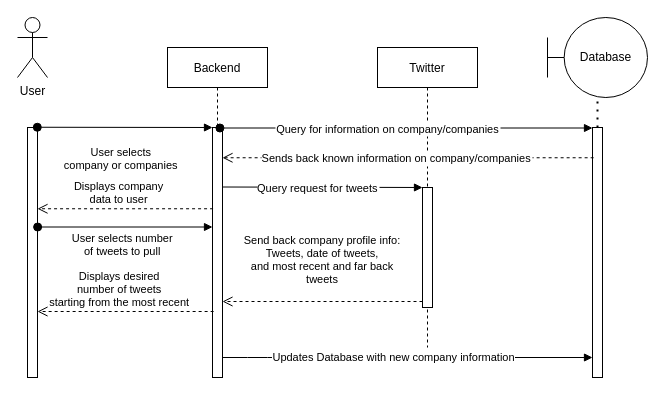
The draw.io diagram uml/MovingTweetsIntoDB.drawio in agarcia169/4306-Donaldson-Project, before the edit. Source tidied: cells renumbered, new cells numbered last; positions are measured from the earlier drawing's top-left corner, leaving out a move shared by most shapes. Both pictures are drawn from the tidied source at 100%, with x=0, y=0 at pixel (17, 17).
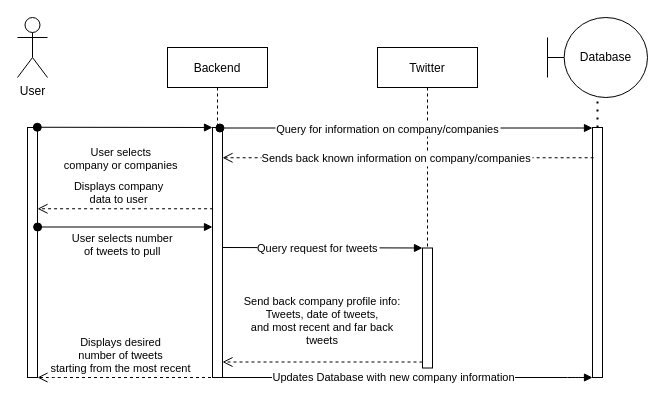
The same page after the edit.

The change refers to these unchanged cells:
```xml
<mxCell id="2" value="Backend" style="shape=umlLifeline;perimeter=lifelinePerimeter;rounded=0;shadow=0;strokeWidth=1;" parent="1" vertex="1">
  <mxGeometry x="150" y="30" width="100" height="330" as="geometry" />
</mxCell>
<mxCell id="3" style="points=[];perimeter=orthogonalPerimeter;rounded=0;shadow=0;strokeWidth=1;" parent="2" vertex="1">
  <mxGeometry x="45" y="80" width="10" height="250" as="geometry" />
</mxCell>
<mxCell id="4" value="Twitter" style="shape=umlLifeline;perimeter=lifelinePerimeter;rounded=0;shadow=0;strokeWidth=1;" parent="1" vertex="1">
  <mxGeometry x="360" y="30" width="100" height="300" as="geometry" />
</mxCell>
<mxCell id="10" style="html=1;points=[];perimeter=orthogonalPerimeter;" parent="1" vertex="1">
  <mxGeometry x="575" y="110" width="10" height="250" as="geometry" />
</mxCell>
<mxCell id="14" style="html=1;points=[];perimeter=orthogonalPerimeter;" parent="1" vertex="1">
  <mxGeometry x="10" y="110" width="10" height="250" as="geometry" />
</mxCell>
```

The edit, as a diff of the source:
```diff
@@
     <mxCell id="5" style="points=[];perimeter=orthogonalPerimeter;rounded=0;shadow=0;strokeWidth=1;" parent="4" vertex="1">
-      <mxGeometry x="45" y="140" width="10" height="120" as="geometry" />
+      <mxGeometry x="45" y="200.5" width="10" height="120" as="geometry" />
     </mxCell>
-    <mxCell id="6" value="Send back company profile info:&#10;Tweets, date of tweets,&#10;and most recent and far back&#10;tweets&#10;" style="verticalAlign=bottom;endArrow=open;dashed=1;endSize=8;exitX=0;exitY=0.95;shadow=0;strokeWidth=1;" parent="1" edge="1" source="5" target="3">
-      <mxGeometry relative="1" as="geometry" />
+    <mxCell id="6" value="Send back company profile info:&#10;Tweets, date of tweets,&#10;and most recent and far back&#10;tweets&#10;" style="verticalAlign=bottom;endArrow=open;dashed=1;endSize=8;exitX=0;exitY=0.95;shadow=0;strokeWidth=1;" parent="1" edge="1" source="5">
+      <mxGeometry relative="1" as="geometry">
+        <mxPoint x="205" y="344.5" as="targetPoint" />
+      </mxGeometry>
     </mxCell>
-    <mxCell id="7" value="Query request for tweets" style="verticalAlign=bottom;endArrow=block;shadow=0;strokeWidth=1;exitX=1.029;exitY=0.238;exitDx=0;exitDy=0;exitPerimeter=0;" parent="1" edge="1" source="3" target="5">
-      <mxGeometry x="-0.05" y="-10" relative="1" as="geometry" />
+    <mxCell id="7" value="Query request for tweets" style="verticalAlign=bottom;endArrow=block;shadow=0;strokeWidth=1;exitX=1.029;exitY=0.238;exitDx=0;exitDy=0;exitPerimeter=0;" parent="1" edge="1" target="5">
+      <mxGeometry x="-0.05" y="-10" relative="1" as="geometry">
+        <mxPoint x="205.3" y="230" as="sourcePoint" />
+      </mxGeometry>
     </mxCell>
@@
     <mxCell id="11" style="verticalAlign=bottom;endArrow=block;shadow=0;strokeWidth=1;" parent="1" edge="1" source="3" target="10">
-      <mxGeometry x="-0.04" relative="1" as="geometry">
+      <mxGeometry relative="1" as="geometry">
         <Array as="points">
-          <mxPoint x="240" y="340" />
-          <mxPoint x="290" y="340" />
+          <mxPoint x="560" y="360" />
         </Array>
       </mxGeometry>
     </mxCell>
@@
-    <mxCell id="18" value="Displays desired&#10;number of tweets&#10;starting from the most recent" style="verticalAlign=bottom;endArrow=open;dashed=1;endSize=8;shadow=0;strokeWidth=1;exitX=0.114;exitY=0.736;exitDx=0;exitDy=0;exitPerimeter=0;" parent="1" edge="1" source="3" target="14">
-      <mxGeometry x="0.07" relative="1" as="geometry" />
+    <mxCell id="18" value="Displays desired&#10;number of tweets&#10;starting from the most recent" style="verticalAlign=bottom;endArrow=open;dashed=1;endSize=8;shadow=0;strokeWidth=1;" parent="1" edge="1" source="2" target="14">
+      <mxGeometry x="0.07" relative="1" as="geometry">
+        <Array as="points">
+          <mxPoint x="40" y="360" />
+        </Array>
+      </mxGeometry>
     </mxCell>
```
